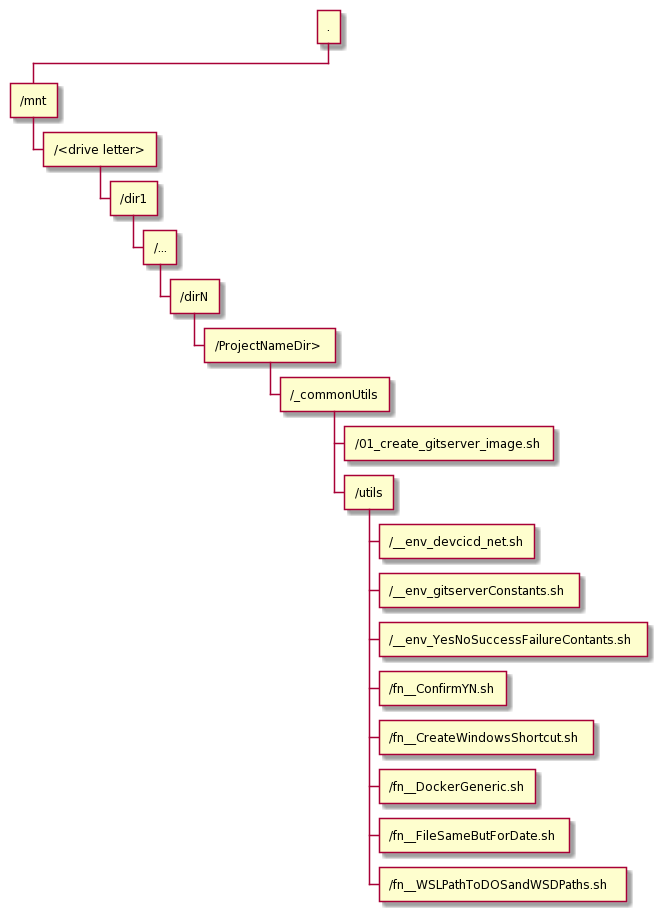
Above: 01_create_gitserver_image_directory_hierarchy.png in mwczapski/git_client_docker_container (PlantUML), before the change. Its diagram source:
```plantuml
@startwbs
+ .
 + /mnt
  + /<drive letter>
   + /dir1
    + /...
     + /dirN
      + /ProjectNameDir>
       + /_commonUtils
        + /01_create_gitserver_image.sh
        + /utils
         + /__env_devcicd_net.sh
         + /__env_gitserverConstants.sh
         + /__env_YesNoSuccessFailureContants.sh
         + /fn__ConfirmYN.sh
         + /fn__CreateWindowsShortcut.sh
         + /fn__DockerGeneric.sh
         + /fn__FileSameButForDate.sh
         + /fn__WSLPathToDOSandWSDPaths.sh
@endwbs
```
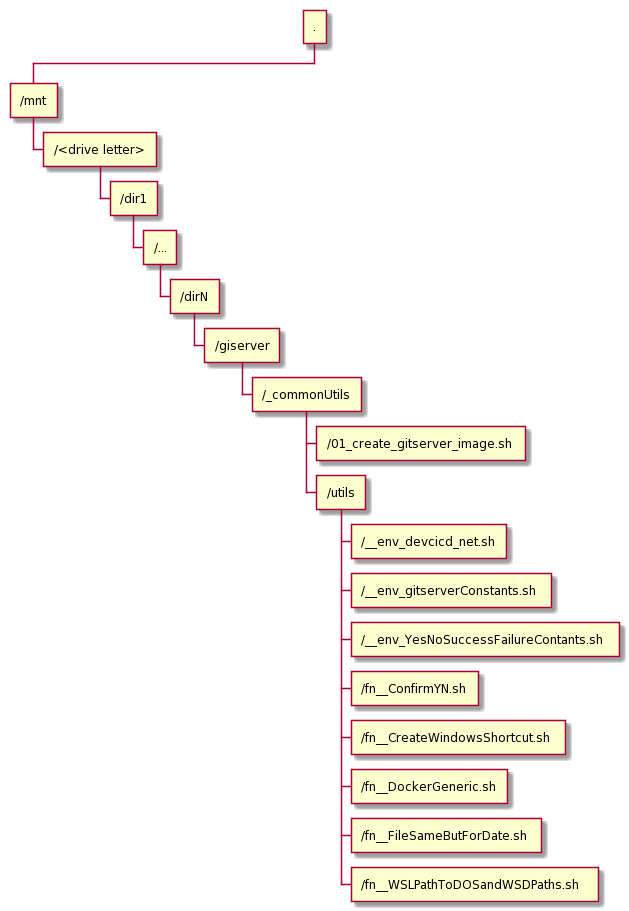
The same file after the commit.

What changed in the source:
```diff
@@ -5,7 +5,7 @@
    + /dir1
     + /...
      + /dirN
-      + /ProjectNameDir>
+      + /giserver
        + /_commonUtils
         + /01_create_gitserver_image.sh
         + /utils
```
